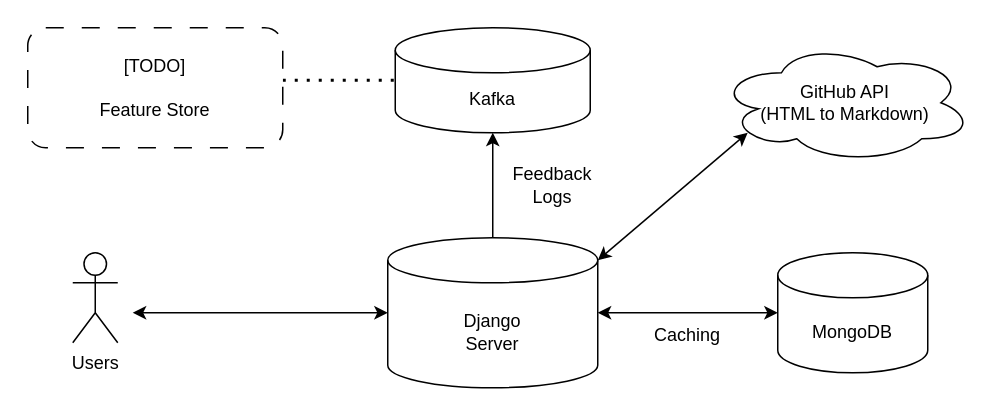
Before: Blog-Diagram.drawio in swyo/swyo, a draw.io diagram. Source tidied: cells renumbered, new cells numbered last; positions are measured from the earlier drawing's top-left corner, leaving out a move shared by most shapes. Both pictures are drawn from the tidied source at 150%, with x=0, y=0 at pixel (27, 27).
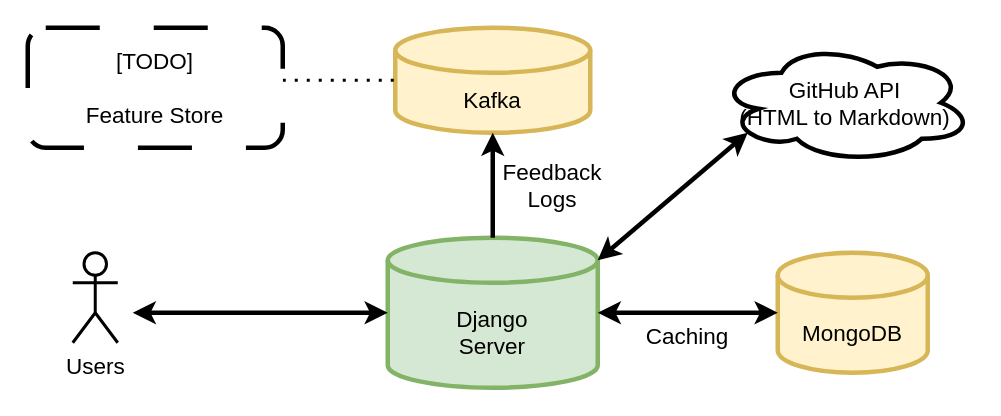
Above is the later version.

The edit, as a diff of the source:
```diff
@@
 <mxGraphModel>
   <root>
     <mxCell id="0" />
     <mxCell id="1" parent="0" />
+    <mxCell id="15" style="group;fontColor=#000000;labelBackgroundColor=none;labelBorderColor=none;fontSize=15;" parent="1" vertex="1">
+      <mxGeometry width="630" height="240" as="geometry" />
+    </mxCell>
-    <mxCell id="2" value="Django&lt;br&gt;Server" style="shape=cylinder3;whiteSpace=wrap;html=1;boundedLbl=1;backgroundOutline=1;size=15;" parent="1" vertex="1">
+    <mxCell id="2" value="Django&lt;br style=&quot;font-size: 15px;&quot;&gt;Server" style="shape=cylinder3;whiteSpace=wrap;html=1;boundedLbl=1;backgroundOutline=1;size=15;fillColor=#d5e8d4;strokeColor=#82b366;strokeWidth=3;fontColor=#000000;labelBackgroundColor=none;labelBorderColor=none;fontSize=15;" parent="15" vertex="1">
       <mxGeometry x="240" y="140" width="140" height="100" as="geometry" />
     </mxCell>
-    <mxCell id="3" value="Users" style="shape=umlActor;verticalLabelPosition=bottom;verticalAlign=top;html=1;" parent="1" vertex="1">
+    <mxCell id="3" value="Users" style="shape=umlActor;verticalLabelPosition=bottom;verticalAlign=top;html=1;strokeWidth=2;fontColor=#000000;labelBackgroundColor=none;labelBorderColor=none;fontSize=15;" parent="15" vertex="1">
       <mxGeometry x="30" y="150" width="30" height="60" as="geometry" />
     </mxCell>
-    <mxCell id="4" style="endArrow=classic;startArrow=classic;html=1;rounded=0;entryX=0;entryY=0.5;entryDx=0;entryDy=0;entryPerimeter=0;" parent="1" edge="1" target="2">
+    <mxCell id="4" style="endArrow=classic;startArrow=classic;html=1;rounded=0;entryX=0;entryY=0.5;entryDx=0;entryDy=0;entryPerimeter=0;strokeWidth=3;fontColor=#000000;labelBackgroundColor=none;labelBorderColor=none;fontSize=15;" parent="15" edge="1" target="2">
       <mxGeometry relative="1" as="geometry">
         <mxPoint x="70" y="190" as="sourcePoint" />
       </mxGeometry>
     </mxCell>
-    <mxCell id="5" value="Kafka" style="shape=cylinder3;whiteSpace=wrap;html=1;boundedLbl=1;backgroundOutline=1;size=15;" parent="1" vertex="1">
+    <mxCell id="5" value="Kafka" style="shape=cylinder3;whiteSpace=wrap;html=1;boundedLbl=1;backgroundOutline=1;size=15;fillColor=#fff2cc;strokeColor=#d6b656;strokeWidth=3;fontColor=#000000;labelBackgroundColor=none;labelBorderColor=none;fontSize=15;" parent="15" vertex="1">
       <mxGeometry x="245" width="130" height="70" as="geometry" />
     </mxCell>
-    <mxCell id="6" style="endArrow=classic;html=1;rounded=0;entryX=0.5;entryY=1;entryDx=0;entryDy=0;entryPerimeter=0;exitX=0.5;exitY=0;exitDx=0;exitDy=0;exitPerimeter=0;" parent="1" edge="1" source="2" target="5">
+    <mxCell id="6" style="endArrow=classic;html=1;rounded=0;entryX=0.5;entryY=1;entryDx=0;entryDy=0;entryPerimeter=0;exitX=0.5;exitY=0;exitDx=0;exitDy=0;exitPerimeter=0;strokeWidth=3;fontColor=#000000;labelBackgroundColor=none;labelBorderColor=none;fontSize=15;" parent="15" edge="1" source="2" target="5">
       <mxGeometry relative="1" as="geometry" />
     </mxCell>
-    <mxCell id="7" value="Feedback Logs" style="text;html=1;strokeColor=none;fillColor=none;align=center;verticalAlign=middle;whiteSpace=wrap;rounded=0;" parent="1" vertex="1">
+    <mxCell id="7" value="Feedback Logs" style="text;html=1;strokeColor=none;fillColor=none;align=center;verticalAlign=middle;whiteSpace=wrap;rounded=0;strokeWidth=5;fontColor=#000000;labelBackgroundColor=none;labelBorderColor=none;fontSize=15;" parent="15" vertex="1">
       <mxGeometry x="320" y="90" width="60" height="30" as="geometry" />
     </mxCell>
-    <mxCell id="8" value="MongoDB" style="shape=cylinder3;whiteSpace=wrap;html=1;boundedLbl=1;backgroundOutline=1;size=15;" parent="1" vertex="1">
+    <mxCell id="8" value="MongoDB" style="shape=cylinder3;whiteSpace=wrap;html=1;boundedLbl=1;backgroundOutline=1;size=15;fillColor=#fff2cc;strokeColor=#d6b656;strokeWidth=3;fontColor=#000000;labelBackgroundColor=none;labelBorderColor=none;fontSize=15;" parent="15" vertex="1">
       <mxGeometry x="500" y="150" width="100" height="80" as="geometry" />
     </mxCell>
-    <mxCell id="9" style="endArrow=classic;startArrow=classic;html=1;rounded=0;entryX=0;entryY=0.5;entryDx=0;entryDy=0;entryPerimeter=0;exitX=1;exitY=0.5;exitDx=0;exitDy=0;exitPerimeter=0;" parent="1" edge="1" source="2" target="8">
+    <mxCell id="9" style="endArrow=classic;startArrow=classic;html=1;rounded=0;entryX=0;entryY=0.5;entryDx=0;entryDy=0;entryPerimeter=0;exitX=1;exitY=0.5;exitDx=0;exitDy=0;exitPerimeter=0;strokeWidth=3;fontColor=#000000;labelBackgroundColor=none;labelBorderColor=none;fontSize=15;" parent="15" edge="1" source="2" target="8">
       <mxGeometry relative="1" as="geometry" />
     </mxCell>
-    <mxCell id="10" value="Caching" style="text;html=1;strokeColor=none;fillColor=none;align=center;verticalAlign=middle;whiteSpace=wrap;rounded=0;" parent="1" vertex="1">
+    <mxCell id="10" value="Caching" style="text;html=1;strokeColor=none;fillColor=none;align=center;verticalAlign=middle;whiteSpace=wrap;rounded=0;fontColor=#000000;labelBackgroundColor=none;labelBorderColor=none;fontSize=15;" parent="15" vertex="1">
       <mxGeometry x="410" y="190" width="60" height="30" as="geometry" />
     </mxCell>
-    <mxCell id="11" style="endArrow=classic;startArrow=classic;html=1;rounded=0;exitX=1;exitY=0;exitDx=0;exitDy=15;exitPerimeter=0;" parent="1" edge="1" source="2">
+    <mxCell id="11" style="endArrow=classic;startArrow=classic;html=1;rounded=0;exitX=1;exitY=0;exitDx=0;exitDy=15;exitPerimeter=0;strokeWidth=3;fontColor=#000000;labelBackgroundColor=none;labelBorderColor=none;fontSize=15;" parent="15" edge="1" source="2">
       <mxGeometry relative="1" as="geometry">
         <mxPoint x="480" y="70" as="targetPoint" />
       </mxGeometry>
     </mxCell>
-    <mxCell id="12" value="GitHub API&lt;br&gt;(HTML to Markdown)" style="ellipse;shape=cloud;whiteSpace=wrap;html=1;" parent="1" vertex="1">
+    <mxCell id="12" value="GitHub API&lt;br style=&quot;font-size: 15px;&quot;&gt;(HTML to Markdown)" style="ellipse;shape=cloud;whiteSpace=wrap;html=1;strokeWidth=3;fontColor=#000000;labelBackgroundColor=none;labelBorderColor=none;fontSize=15;" parent="15" vertex="1">
       <mxGeometry x="460" y="10" width="170" height="80" as="geometry" />
     </mxCell>
-    <mxCell id="13" style="endArrow=none;dashed=1;html=1;dashPattern=1 3;strokeWidth=2;rounded=0;entryX=0;entryY=0.5;entryDx=0;entryDy=0;entryPerimeter=0;" parent="1" edge="1" target="5">
+    <mxCell id="13" style="endArrow=none;dashed=1;html=1;dashPattern=1 3;strokeWidth=2;rounded=0;entryX=0;entryY=0.5;entryDx=0;entryDy=0;entryPerimeter=0;fontColor=#000000;labelBackgroundColor=none;labelBorderColor=none;fontSize=15;" parent="15" edge="1" target="5">
       <mxGeometry relative="1" as="geometry">
         <mxPoint x="170" y="35" as="sourcePoint" />
       </mxGeometry>
     </mxCell>
-    <mxCell id="14" value="[TODO]&lt;br&gt;&lt;br&gt;Feature Store" style="rounded=1;whiteSpace=wrap;html=1;dashed=1;dashPattern=12 12;" parent="1" vertex="1">
+    <mxCell id="14" value="[TODO]&lt;br style=&quot;font-size: 15px;&quot;&gt;&lt;br style=&quot;font-size: 15px;&quot;&gt;Feature Store" style="rounded=1;whiteSpace=wrap;html=1;dashed=1;dashPattern=12 12;strokeWidth=3;fillStyle=auto;fontColor=#000000;labelBackgroundColor=none;labelBorderColor=none;fontSize=15;" parent="15" vertex="1">
       <mxGeometry width="170" height="80" as="geometry" />
     </mxCell>
   </root>
 </mxGraphModel>
```
